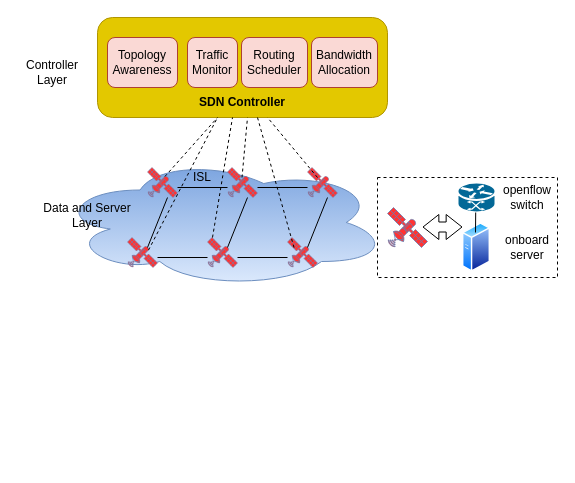
This is Untitled Diagram.drawio from demenlee/demo, a draw.io file, before an edit. Source tidied: cells renumbered, new cells numbered last; positions are measured from the earlier drawing's top-left corner, leaving out a move shared by most shapes. Both pictures are drawn from the tidied source at 100%, with x=0, y=0 at pixel (17, 17).
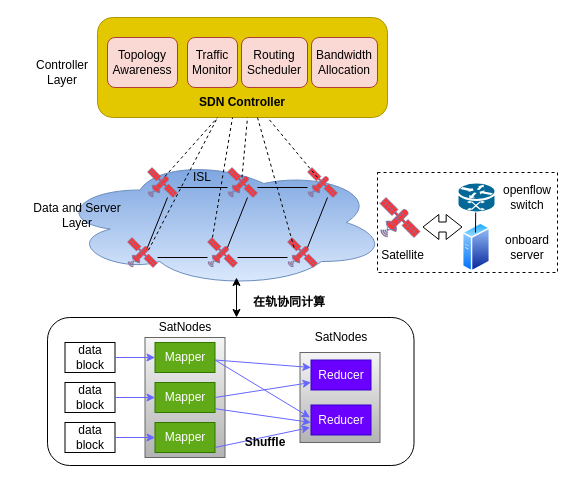
The same diagram, later.

The edit, as a diff of the source:
```diff
@@
     <mxCell id="16" value="Data and Server Layer" style="text;html=1;strokeColor=none;fillColor=none;align=center;verticalAlign=middle;whiteSpace=wrap;rounded=0;" parent="1" vertex="1">
-      <mxGeometry x="20" y="182.5" width="100" height="30" as="geometry" />
+      <mxGeometry x="10" y="182.5" width="100" height="30" as="geometry" />
     </mxCell>
@@
     <mxCell id="21" style="fontColor=#0066CC;verticalAlign=top;verticalLabelPosition=bottom;labelPosition=center;align=center;html=1;fillColor=#FF3333;strokeColor=#6881B3;gradientColor=none;gradientDirection=north;strokeWidth=2;shape=mxgraph.networks.satellite;" parent="1" vertex="1">
-      <mxGeometry x="370" y="190" width="40" height="40" as="geometry" />
+      <mxGeometry x="362.5" y="180" width="40" height="40" as="geometry" />
     </mxCell>
     <mxCell id="22" style="rounded=0;whiteSpace=wrap;html=1;dashed=1;fillColor=none;gradientDirection=north;" parent="1" vertex="1">
-      <mxGeometry x="360" y="160" width="180" height="100" as="geometry" />
+      <mxGeometry x="360" y="155" width="180" height="100" as="geometry" />
     </mxCell>
@@
     <mxCell id="33" value="Controller&lt;br&gt;Layer" style="text;html=1;strokeColor=none;fillColor=none;align=center;verticalAlign=middle;whiteSpace=wrap;rounded=0;" parent="1" vertex="1">
-      <mxGeometry y="40" width="70" height="30" as="geometry" />
+      <mxGeometry x="10" y="40" width="70" height="30" as="geometry" />
     </mxCell>
@@
+    <mxCell id="39" style="endArrow=classic;startArrow=classic;html=1;rounded=0;" parent="1" edge="1">
+      <mxGeometry relative="1" as="geometry">
+        <mxPoint x="219" y="300" as="sourcePoint" />
+        <mxPoint x="219" y="260" as="targetPoint" />
+      </mxGeometry>
+    </mxCell>
+    <mxCell id="40" value="&lt;b&gt;在轨协同计算&lt;/b&gt;" style="text;html=1;strokeColor=none;fillColor=none;align=center;verticalAlign=middle;whiteSpace=wrap;rounded=0;" parent="1" vertex="1">
+      <mxGeometry x="224" y="270" width="96" height="30" as="geometry" />
+    </mxCell>
+    <mxCell id="41" style="rounded=0;whiteSpace=wrap;html=1;strokeWidth=1;fillColor=#f5f5f5;gradientDirection=south;gradientColor=#b3b3b3;strokeColor=#666666;" parent="1" vertex="1">
+      <mxGeometry x="127.5" y="320" width="80" height="120" as="geometry" />
+    </mxCell>
+    <mxCell id="42" value="SatNodes" style="text;html=1;strokeColor=none;fillColor=none;align=center;verticalAlign=middle;whiteSpace=wrap;rounded=0;" parent="1" vertex="1">
+      <mxGeometry x="137.5" y="300" width="60" height="20" as="geometry" />
+    </mxCell>
+    <mxCell id="43" value="Mapper" style="rounded=0;whiteSpace=wrap;html=1;strokeWidth=1;fillColor=#60a917;gradientDirection=north;fontColor=#ffffff;strokeColor=#2D7600;" parent="1" vertex="1">
+      <mxGeometry x="137.5" y="325" width="60" height="30" as="geometry" />
+    </mxCell>
+    <mxCell id="44" value="Mapper" style="rounded=0;whiteSpace=wrap;html=1;strokeWidth=1;fillColor=#60a917;gradientDirection=north;fontColor=#ffffff;strokeColor=#2D7600;" parent="1" vertex="1">
+      <mxGeometry x="137.5" y="365" width="60" height="30" as="geometry" />
+    </mxCell>
+    <mxCell id="45" value="Mapper" style="rounded=0;whiteSpace=wrap;html=1;strokeWidth=1;fillColor=#60a917;gradientDirection=north;fontColor=#ffffff;strokeColor=#2D7600;" parent="1" vertex="1">
+      <mxGeometry x="137.5" y="405" width="60" height="30" as="geometry" />
+    </mxCell>
+    <mxCell id="46" style="rounded=0;whiteSpace=wrap;html=1;strokeWidth=1;fillColor=#f5f5f5;gradientDirection=south;gradientColor=#b3b3b3;strokeColor=#666666;" parent="1" vertex="1">
+      <mxGeometry x="282.5" y="335" width="80" height="90" as="geometry" />
+    </mxCell>
+    <mxCell id="47" value="SatNodes" style="text;html=1;strokeColor=none;fillColor=none;align=center;verticalAlign=middle;whiteSpace=wrap;rounded=0;" parent="1" vertex="1">
+      <mxGeometry x="293.5" y="310" width="60" height="20" as="geometry" />
+    </mxCell>
+    <mxCell id="48" value="Reducer" style="rounded=0;whiteSpace=wrap;html=1;strokeWidth=1;fillColor=#6a00ff;gradientDirection=north;fontColor=#ffffff;strokeColor=#3700CC;" parent="1" vertex="1">
+      <mxGeometry x="293.5" y="342.5" width="60" height="30" as="geometry" />
+    </mxCell>
+    <mxCell id="49" value="Reducer" style="rounded=0;whiteSpace=wrap;html=1;strokeWidth=1;fillColor=#6a00ff;gradientDirection=north;fontColor=#ffffff;strokeColor=#3700CC;" parent="1" vertex="1">
+      <mxGeometry x="293.5" y="387.5" width="60" height="30" as="geometry" />
+    </mxCell>
+    <mxCell id="50" style="endArrow=classic;html=1;rounded=0;strokeColor=#6666FF;entryX=0;entryY=0.25;entryDx=0;entryDy=0;" parent="1" edge="1" target="48">
+      <mxGeometry relative="1" as="geometry">
+        <mxPoint x="197.5" y="342.5" as="sourcePoint" />
+      </mxGeometry>
+    </mxCell>
+    <mxCell id="51" style="endArrow=classic;html=1;rounded=0;strokeColor=#6666FF;" parent="1" edge="1">
+      <mxGeometry relative="1" as="geometry">
+        <mxPoint x="197.5" y="342.5" as="sourcePoint" />
+        <mxPoint x="292.5" y="400" as="targetPoint" />
+      </mxGeometry>
+    </mxCell>
+    <mxCell id="52" style="endArrow=classic;html=1;rounded=0;strokeColor=#6666FF;exitX=1;exitY=0.5;exitDx=0;exitDy=0;" parent="1" edge="1" source="44">
+      <mxGeometry relative="1" as="geometry">
+        <mxPoint x="293.5" y="365" as="targetPoint" />
+      </mxGeometry>
+    </mxCell>
+    <mxCell id="53" style="endArrow=classic;html=1;rounded=0;strokeColor=#6666FF;" parent="1" edge="1">
+      <mxGeometry relative="1" as="geometry">
+        <mxPoint x="197.5" y="391.2" as="sourcePoint" />
+        <mxPoint x="293.5" y="405" as="targetPoint" />
+      </mxGeometry>
+    </mxCell>
+    <mxCell id="54" style="endArrow=classic;html=1;rounded=0;strokeColor=#6666FF;" parent="1" edge="1">
+      <mxGeometry relative="1" as="geometry">
+        <mxPoint x="197.5" y="430" as="sourcePoint" />
+        <mxPoint x="292.5" y="410" as="targetPoint" />
+      </mxGeometry>
+    </mxCell>
+    <mxCell id="55" value="&lt;b&gt;Shuffle&lt;/b&gt;" style="text;html=1;strokeColor=none;fillColor=none;align=center;verticalAlign=middle;whiteSpace=wrap;rounded=0;" parent="1" vertex="1">
+      <mxGeometry x="217.5" y="417.5" width="60" height="15" as="geometry" />
+    </mxCell>
+    <mxCell id="56" value="data block" style="rounded=0;whiteSpace=wrap;html=1;strokeWidth=1;fillColor=none;gradientDirection=south;" parent="1" vertex="1">
+      <mxGeometry x="47.5" y="325" width="50" height="30" as="geometry" />
+    </mxCell>
+    <mxCell id="57" style="endArrow=classic;html=1;rounded=0;strokeColor=#6666FF;" parent="1" edge="1">
+      <mxGeometry relative="1" as="geometry">
+        <mxPoint x="97.5" y="340" as="sourcePoint" />
+        <mxPoint x="137.5" y="340" as="targetPoint" />
+      </mxGeometry>
+    </mxCell>
+    <mxCell id="58" value="data block" style="rounded=0;whiteSpace=wrap;html=1;strokeWidth=1;fillColor=none;gradientDirection=south;" parent="1" vertex="1">
+      <mxGeometry x="47.5" y="365" width="50" height="30" as="geometry" />
+    </mxCell>
+    <mxCell id="59" style="endArrow=classic;html=1;rounded=0;strokeColor=#6666FF;" parent="1" edge="1">
+      <mxGeometry relative="1" as="geometry">
+        <mxPoint x="97.5" y="380" as="sourcePoint" />
+        <mxPoint x="137.5" y="380" as="targetPoint" />
+      </mxGeometry>
+    </mxCell>
+    <mxCell id="60" value="data block" style="rounded=0;whiteSpace=wrap;html=1;strokeWidth=1;fillColor=none;gradientDirection=south;" parent="1" vertex="1">
+      <mxGeometry x="47.5" y="405" width="50" height="30" as="geometry" />
+    </mxCell>
+    <mxCell id="61" style="endArrow=classic;html=1;rounded=0;strokeColor=#6666FF;" parent="1" edge="1">
+      <mxGeometry relative="1" as="geometry">
+        <mxPoint x="97.5" y="420" as="sourcePoint" />
+        <mxPoint x="137.5" y="420" as="targetPoint" />
+      </mxGeometry>
+    </mxCell>
+    <mxCell id="62" style="rounded=1;whiteSpace=wrap;html=1;strokeWidth=1;fillColor=none;gradientDirection=south;" parent="1" vertex="1">
+      <mxGeometry x="30" y="300" width="366.5" height="148" as="geometry" />
+    </mxCell>
+    <mxCell id="63" value="Satellite" style="text;html=1;strokeColor=none;fillColor=none;align=center;verticalAlign=middle;whiteSpace=wrap;rounded=0;" parent="1" vertex="1">
+      <mxGeometry x="360" y="227.5" width="51" height="20" as="geometry" />
+    </mxCell>
```
